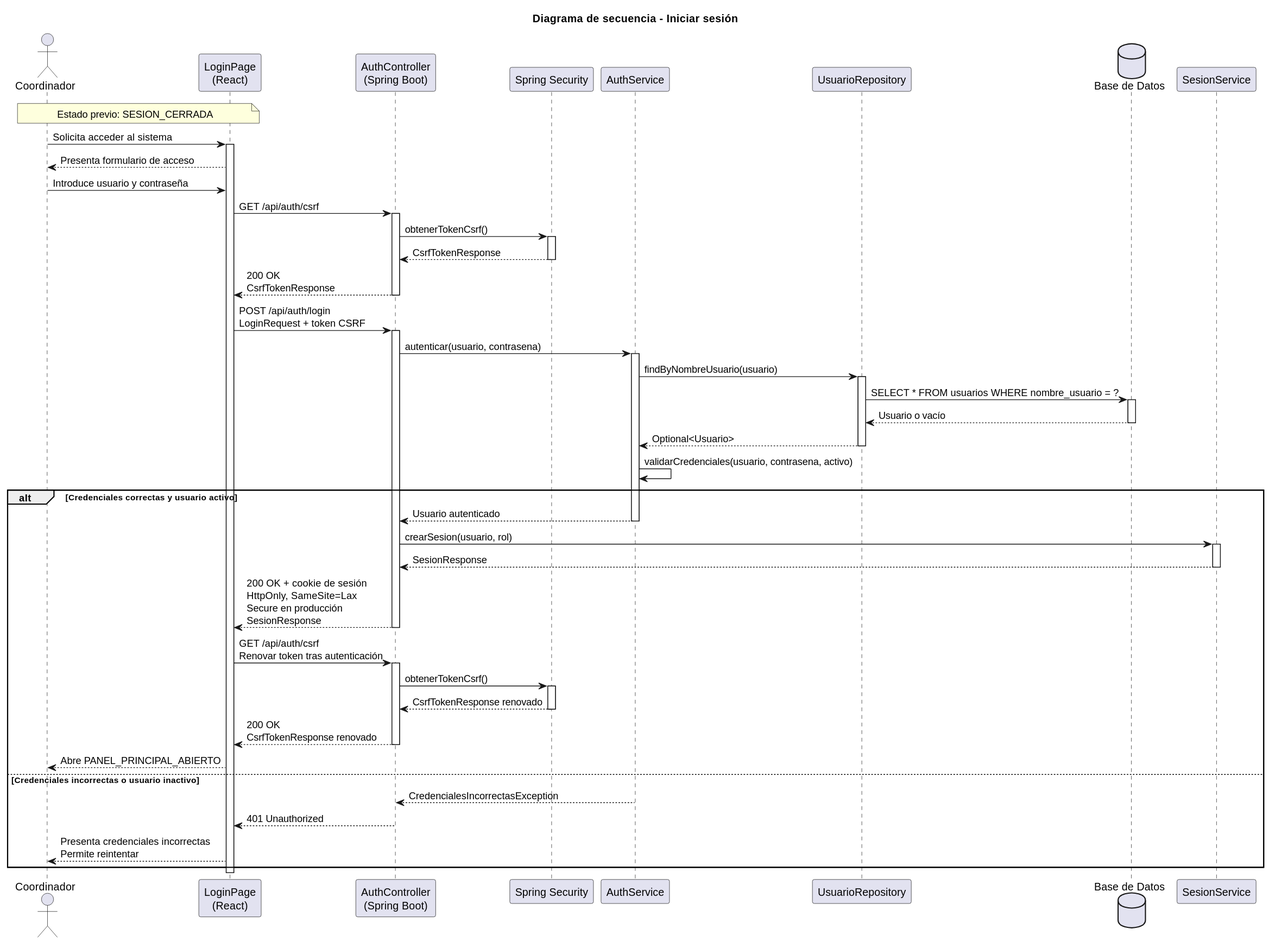
beatriizorozco/25-26-idsw2-sdVC keeps this PlantUML diagram as images/RUP/02-diseño/casos-uso/coordinador/iniciarSesion/secuencia.svg. Above is the earlier version.
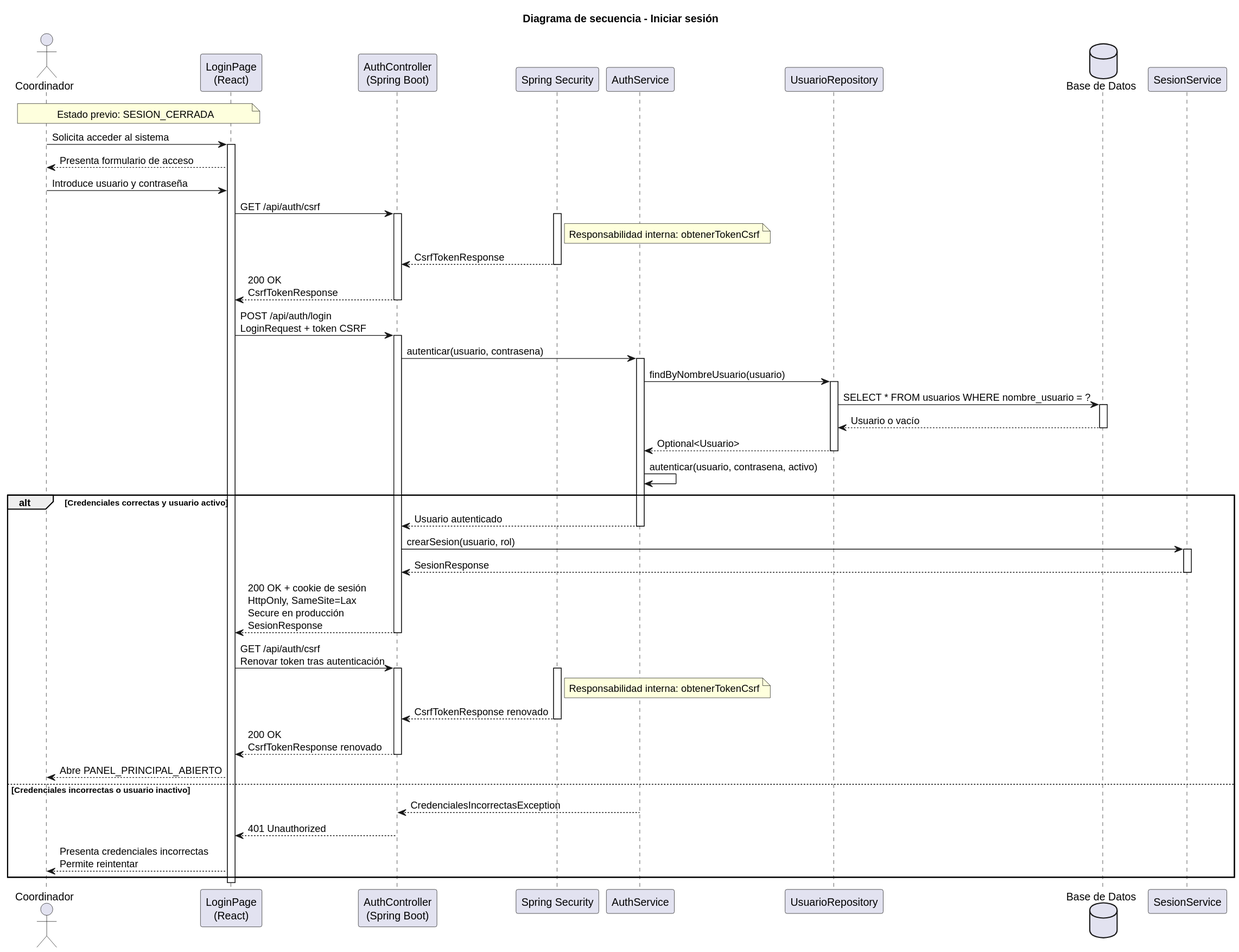
After the commit.

Diff of the diagram source:
```diff
@@ -20,7 +20,7 @@
 Coordinador -> Frontend: Introduce usuario y contraseña
 Frontend -> Api: GET /api/auth/csrf
 activate Api
-Api -> Security: obtenerTokenCsrf()
+note right of Security: Responsabilidad interna: obtenerTokenCsrf
 activate Security
 Security --> Api: CsrfTokenResponse
 deactivate Security
@@ -38,7 +38,7 @@
 deactivate DB
 Repo --> Auth: Optional<Usuario>
 deactivate Repo
-Auth -> Auth: validarCredenciales(usuario, contrasena, activo)
+Auth -> Auth: autenticar(usuario, contrasena, activo)
 
 alt Credenciales correctas y usuario activo
     Auth --> Api: Usuario autenticado
@@ -51,7 +51,7 @@
     deactivate Api
     Frontend -> Api: GET /api/auth/csrf\nRenovar token tras autenticación
     activate Api
-    Api -> Security: obtenerTokenCsrf()
+note right of Security: Responsabilidad interna: obtenerTokenCsrf
     activate Security
     Security --> Api: CsrfTokenResponse renovado
     deactivate Security
```
